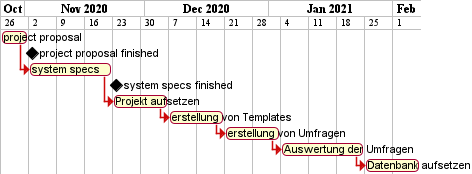
Above: Docs/system-specification-leosurvey/asciidocs/images/gantt.png in htl-leonding-project/leo-survey (PlantUML), before the change.
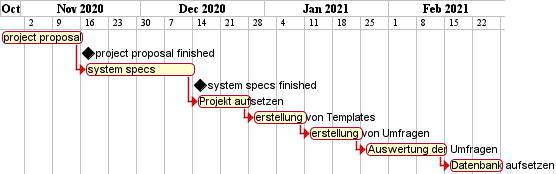
Later version of the same file.

Commit message:
TF, 14.12.2020, updated Gantt-Diagram #3

Diff of the diagram source:
```diff
@@ -1,9 +1,9 @@
 @startuml
 printscale weekly
-Project starts the 26th of October 2020
-[project proposal] lasts 1 week
+Project starts the 27th of October 2020
+[project proposal] lasts 3 week
 [project proposal finished] happens at [project proposal]'s end
-[system specs] lasts 3 week
+[system specs] lasts 4 week
 [system specs] starts at [project proposal]'s end
 [system specs finished] happens at [system specs]'s end
 [Projekt aufsetzen] lasts 2 weeks
```
